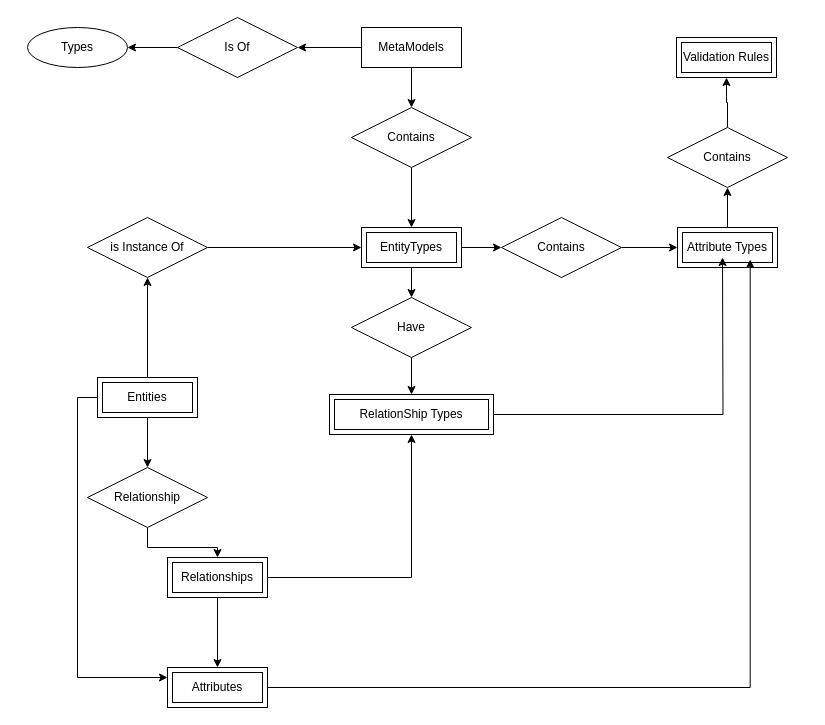
Before: page "Conceptual_Database_Design" (1 of 2) of 0003_Architecture_And_Designs/0002_DB_Design/Database_Diagram.drawio in gauravvermaea/EA-Metamodel-Explorer, a draw.io diagram. Source tidied: cells renumbered, new cells numbered last; positions are measured from the earlier drawing's top-left corner, leaving out a move shared by most shapes. Both pictures are drawn from the tidied source at 100%, with x=0, y=0 at pixel (27, 17).
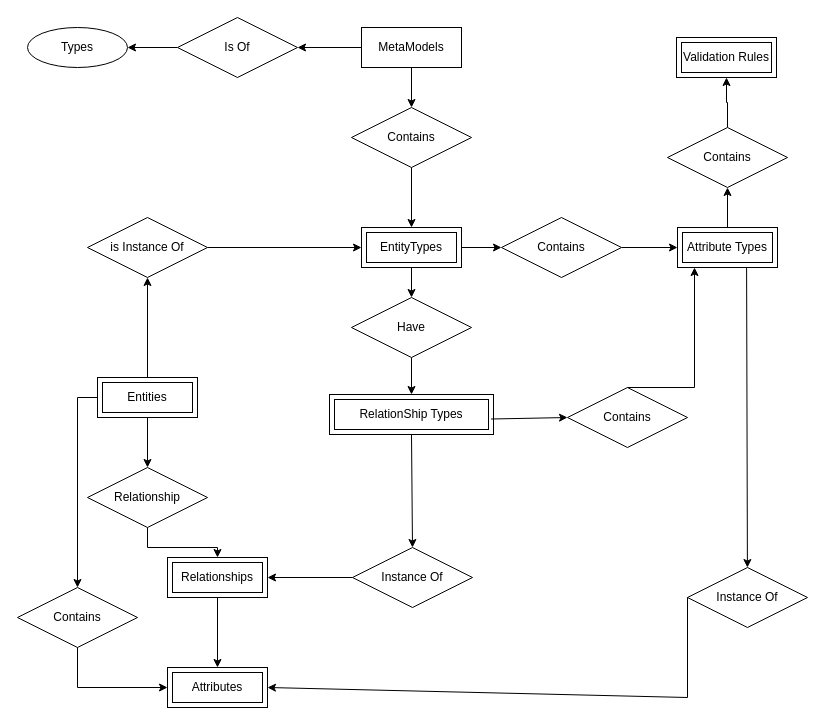
Above is the later version.

Unchanged cells that the change refers to:
```xml
<mxCell id="14" value="Attribute Types" style="shape=ext;margin=3;double=1;whiteSpace=wrap;html=1;align=center;" parent="1" vertex="1">
  <mxGeometry x="650" y="210" width="100" height="40" as="geometry" />
</mxCell>
<mxCell id="16" value="RelationShip Types" style="shape=ext;margin=3;double=1;whiteSpace=wrap;html=1;align=center;" parent="1" vertex="1">
  <mxGeometry x="302" y="377" width="164" height="40" as="geometry" />
</mxCell>
<mxCell id="19" value="Entities" style="shape=ext;margin=3;double=1;whiteSpace=wrap;html=1;align=center;" parent="1" vertex="1">
  <mxGeometry x="70" y="360" width="100" height="40" as="geometry" />
</mxCell>
<mxCell id="22" value="Relationships" style="shape=ext;margin=3;double=1;whiteSpace=wrap;html=1;align=center;" parent="1" vertex="1">
  <mxGeometry x="140" y="540" width="100" height="40" as="geometry" />
</mxCell>
<mxCell id="24" value="Attributes" style="shape=ext;margin=3;double=1;whiteSpace=wrap;html=1;align=center;" parent="1" vertex="1">
  <mxGeometry x="140" y="650" width="100" height="40" as="geometry" />
</mxCell>
```

The edit, as a diff of the source:
```diff
@@
-    <mxCell id="20" style="edgeStyle=orthogonalEdgeStyle;rounded=0;jettySize=auto;html=1;" parent="1" edge="1" source="22" target="16">
-      <mxGeometry relative="1" as="geometry" />
-    </mxCell>
@@
-    <mxCell id="23" style="edgeStyle=orthogonalEdgeStyle;rounded=0;jettySize=auto;html=1;entryX=0.727;entryY=0.8;entryDx=0;entryDy=0;entryPerimeter=0;" parent="1" edge="1" source="24" target="14">
-      <mxGeometry relative="1" as="geometry" />
-    </mxCell>
@@
-    <mxCell id="33" style="edgeStyle=orthogonalEdgeStyle;rounded=0;jettySize=auto;html=1;exitX=1;exitY=0.5;exitDx=0;exitDy=0;" parent="1" edge="1" source="16">
-      <mxGeometry relative="1" as="geometry">
-        <mxPoint x="695" y="240" as="targetPoint" />
-      </mxGeometry>
-    </mxCell>
@@
-    <mxCell id="36" style="edgeStyle=orthogonalEdgeStyle;rounded=0;jettySize=auto;html=1;exitX=0;exitY=0.5;exitDx=0;exitDy=0;entryX=0;entryY=0.25;entryDx=0;entryDy=0;" parent="1" edge="1" source="19" target="24">
-      <mxGeometry relative="1" as="geometry" />
-    </mxCell>
+    <mxCell id="37" value="Instance Of" style="shape=rhombus;perimeter=rhombusPerimeter;whiteSpace=wrap;html=1;align=center;" parent="1" vertex="1">
+      <mxGeometry x="325" y="530" width="120" height="60" as="geometry" />
+    </mxCell>
+    <mxCell id="38" value="Contains" style="shape=rhombus;perimeter=rhombusPerimeter;whiteSpace=wrap;html=1;align=center;" parent="1" vertex="1">
+      <mxGeometry x="-10" y="570" width="120" height="60" as="geometry" />
+    </mxCell>
+    <mxCell id="39" value="Instance Of" style="shape=rhombus;perimeter=rhombusPerimeter;whiteSpace=wrap;html=1;align=center;" parent="1" vertex="1">
+      <mxGeometry x="660" y="550" width="120" height="60" as="geometry" />
+    </mxCell>
+    <mxCell id="40" style="endArrow=classic;html=1;rounded=0;exitX=0;exitY=0.5;exitDx=0;exitDy=0;entryX=0.5;entryY=0;entryDx=0;entryDy=0;" parent="1" edge="1" source="19" target="38">
+      <mxGeometry relative="1" as="geometry">
+        <Array as="points">
+          <mxPoint x="50" y="380" />
+        </Array>
+      </mxGeometry>
+    </mxCell>
+    <mxCell id="41" style="endArrow=classic;html=1;rounded=0;entryX=0;entryY=0.5;entryDx=0;entryDy=0;exitX=0.5;exitY=1;exitDx=0;exitDy=0;" parent="1" edge="1" source="38" target="24">
+      <mxGeometry relative="1" as="geometry">
+        <Array as="points">
+          <mxPoint x="50" y="670" />
+        </Array>
+      </mxGeometry>
+    </mxCell>
+    <mxCell id="42" style="endArrow=classic;html=1;rounded=0;exitX=0.5;exitY=1;exitDx=0;exitDy=0;entryX=0.5;entryY=0;entryDx=0;entryDy=0;" parent="1" edge="1" source="16" target="37">
+      <mxGeometry relative="1" as="geometry" />
+    </mxCell>
+    <mxCell id="43" style="endArrow=classic;html=1;rounded=0;exitX=0;exitY=0.5;exitDx=0;exitDy=0;entryX=1;entryY=0.5;entryDx=0;entryDy=0;" parent="1" edge="1" source="37" target="22">
+      <mxGeometry relative="1" as="geometry" />
+    </mxCell>
+    <mxCell id="44" style="endArrow=classic;html=1;rounded=0;entryX=1;entryY=0.5;entryDx=0;entryDy=0;exitX=0;exitY=0.5;exitDx=0;exitDy=0;" parent="1" edge="1" source="39" target="24">
+      <mxGeometry relative="1" as="geometry">
+        <Array as="points">
+          <mxPoint x="660" y="680" />
+        </Array>
+      </mxGeometry>
+    </mxCell>
+    <mxCell id="45" style="endArrow=classic;html=1;rounded=0;exitX=0.691;exitY=1.015;exitDx=0;exitDy=0;exitPerimeter=0;" parent="1" edge="1" source="14" target="39">
+      <mxGeometry relative="1" as="geometry" />
+    </mxCell>
+    <mxCell id="46" value="Contains" style="shape=rhombus;perimeter=rhombusPerimeter;whiteSpace=wrap;html=1;align=center;" parent="1" vertex="1">
+      <mxGeometry x="540" y="370" width="120" height="60" as="geometry" />
+    </mxCell>
+    <mxCell id="47" style="endArrow=classic;html=1;rounded=0;entryX=0;entryY=0.5;entryDx=0;entryDy=0;exitX=0.985;exitY=0.613;exitDx=0;exitDy=0;exitPerimeter=0;" parent="1" edge="1" source="16" target="46">
+      <mxGeometry relative="1" as="geometry" />
+    </mxCell>
+    <mxCell id="48" style="endArrow=classic;html=1;rounded=0;entryX=0.17;entryY=1;entryDx=0;entryDy=0;entryPerimeter=0;" parent="1" edge="1" target="14">
+      <mxGeometry relative="1" as="geometry">
+        <mxPoint x="600" y="370" as="sourcePoint" />
+        <Array as="points">
+          <mxPoint x="667" y="370" />
+        </Array>
+      </mxGeometry>
+    </mxCell>
```
